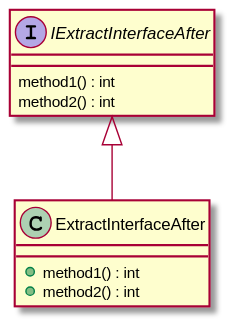
claremacrae/RefactoringSamples keeps this PlantUML diagram as uml/Extract/After/ExtractInterfaceAfter.svg. Above is the earlier version. The source it was exported from:
```plantuml
@startuml
interface IExtractInterfaceAfter {
    method1() : int
    method2() : int
}
class ExtractInterfaceAfter {
    + method1() : int
    + method2() : int
}
IExtractInterfaceAfter <|-- ExtractInterfaceAfter
@enduml
```
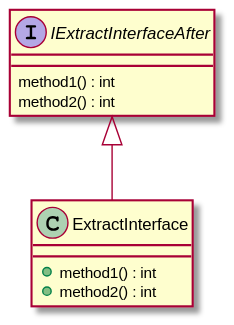
After the change.

Commit message:
Remove unnecessary After suffix from class names

What changed in the source:
```diff
@@ -3,9 +3,9 @@
     method1() : int
     method2() : int
 }
-class ExtractInterfaceAfter {
+class ExtractInterface {
     + method1() : int
     + method2() : int
 }
-IExtractInterfaceAfter <|-- ExtractInterfaceAfter
+IExtractInterfaceAfter <|-- ExtractInterface
 @enduml
```
